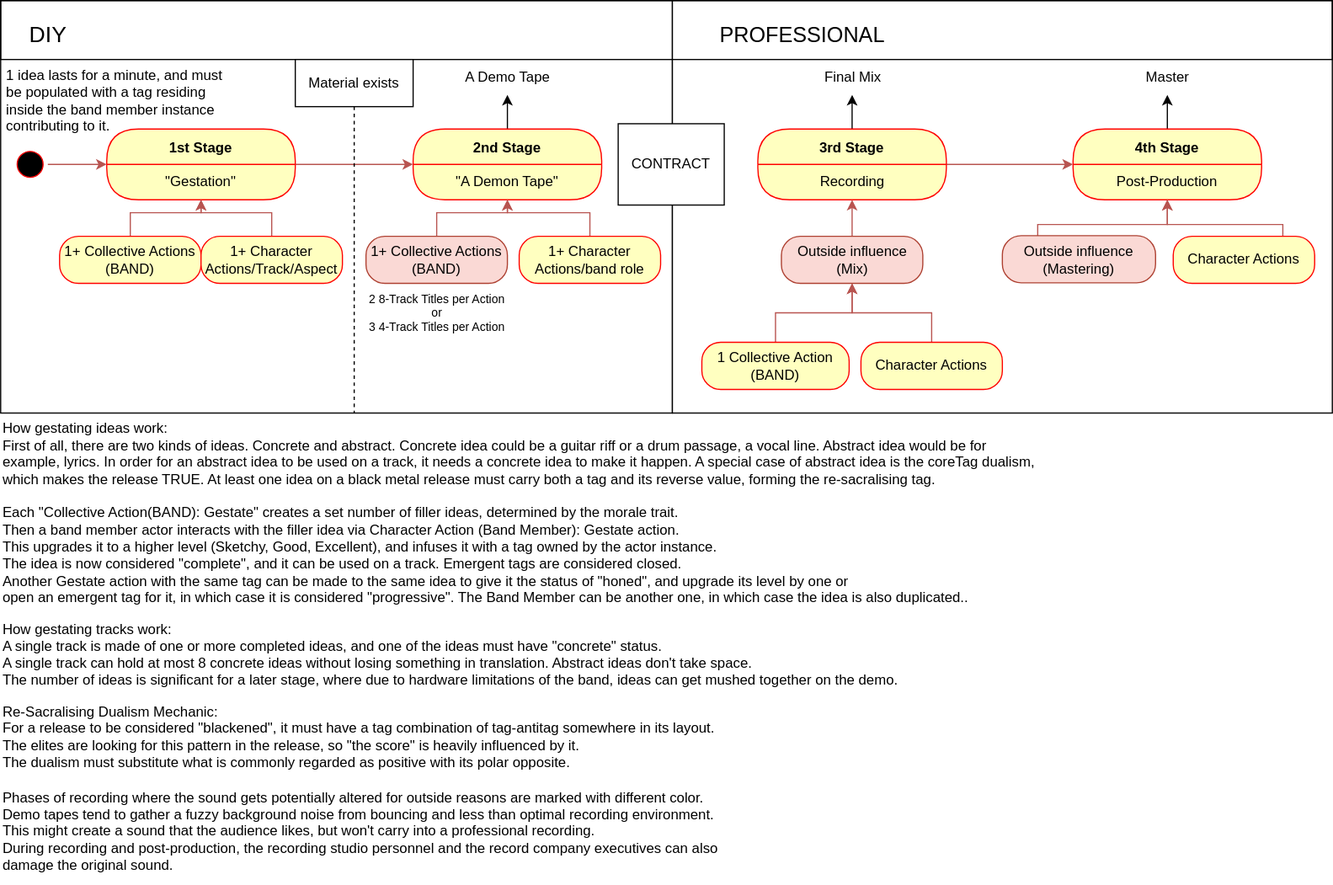
Above: TheProspector/Assets/Schematics/Record.svg in SakuNurmiranta/TheProspector (draw.io), before the change. Source tidied: cells renumbered, new cells last; positions are measured from the earlier drawing's top-left corner, leaving out a move shared by most shapes.
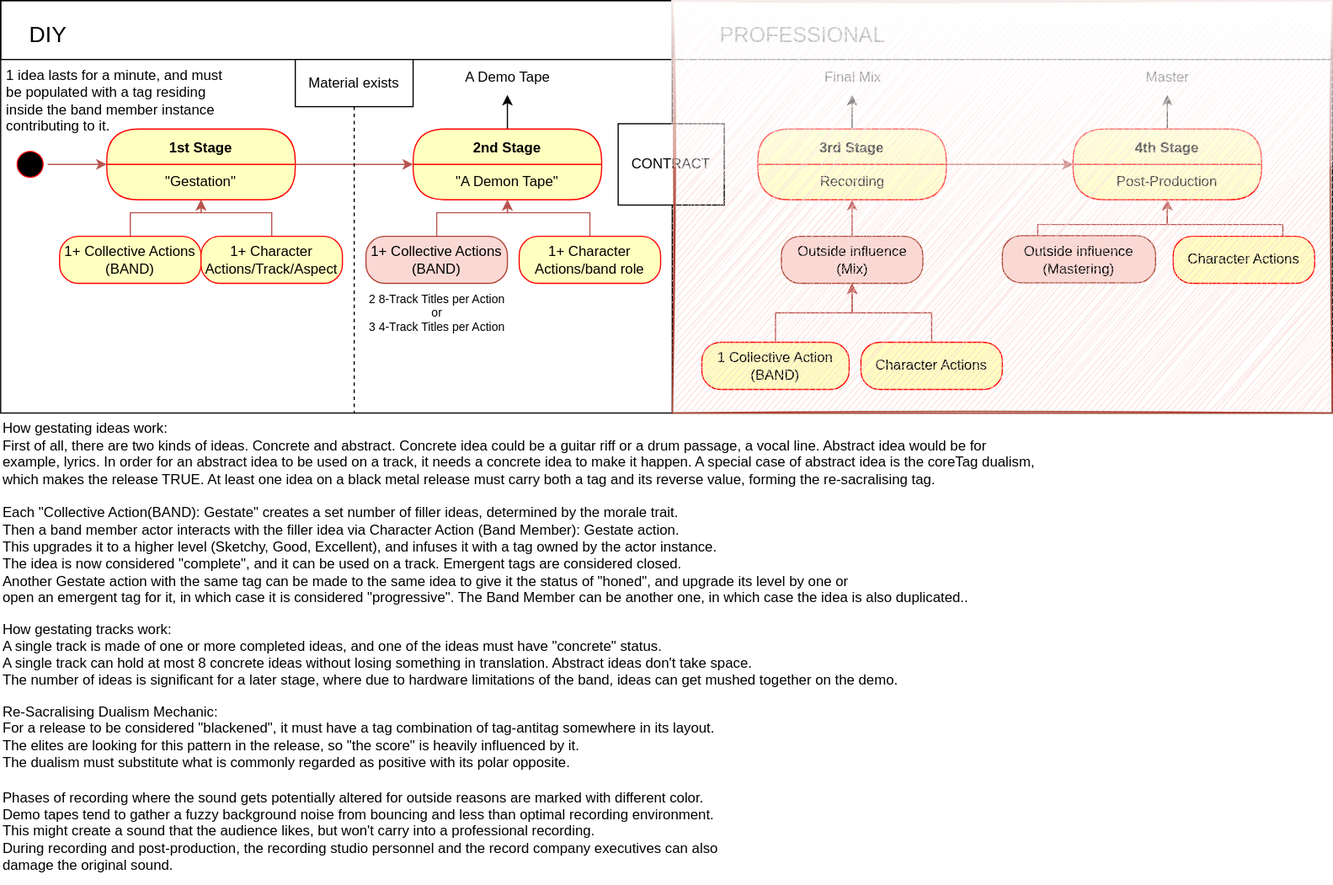
After the change.

Diff of the diagram source:
```diff
@@ -166,5 +166,8 @@
     <mxCell id="51" value="Phases of recording where the sound gets potentially altered for outside reasons are marked with different color. &lt;br&gt;Demo tapes tend to gather a fuzzy background noise from bouncing and less than optimal recording environment. &lt;br&gt;This might create a sound that the audience likes, but won't carry into a professional recording. &lt;br&gt;During recording and post-production, the recording studio personnel and the record company executives can also&lt;br&gt;damage the original sound." style="text;html=1;align=left;verticalAlign=middle;strokeColor=none;fillColor=none;" parent="1" vertex="1">
       <mxGeometry y="660" width="630" height="90" as="geometry" />
     </mxCell>
+    <mxCell id="52" style="rounded=0;whiteSpace=wrap;html=1;fillColor=#fad9d5;strokeColor=#ae4132;shadow=0;glass=1;sketch=1;curveFitting=1;jiggle=2;" parent="1" vertex="1">
+      <mxGeometry x="570" width="560" height="350" as="geometry" />
+    </mxCell>
   </root>
 </mxGraphModel>
```
